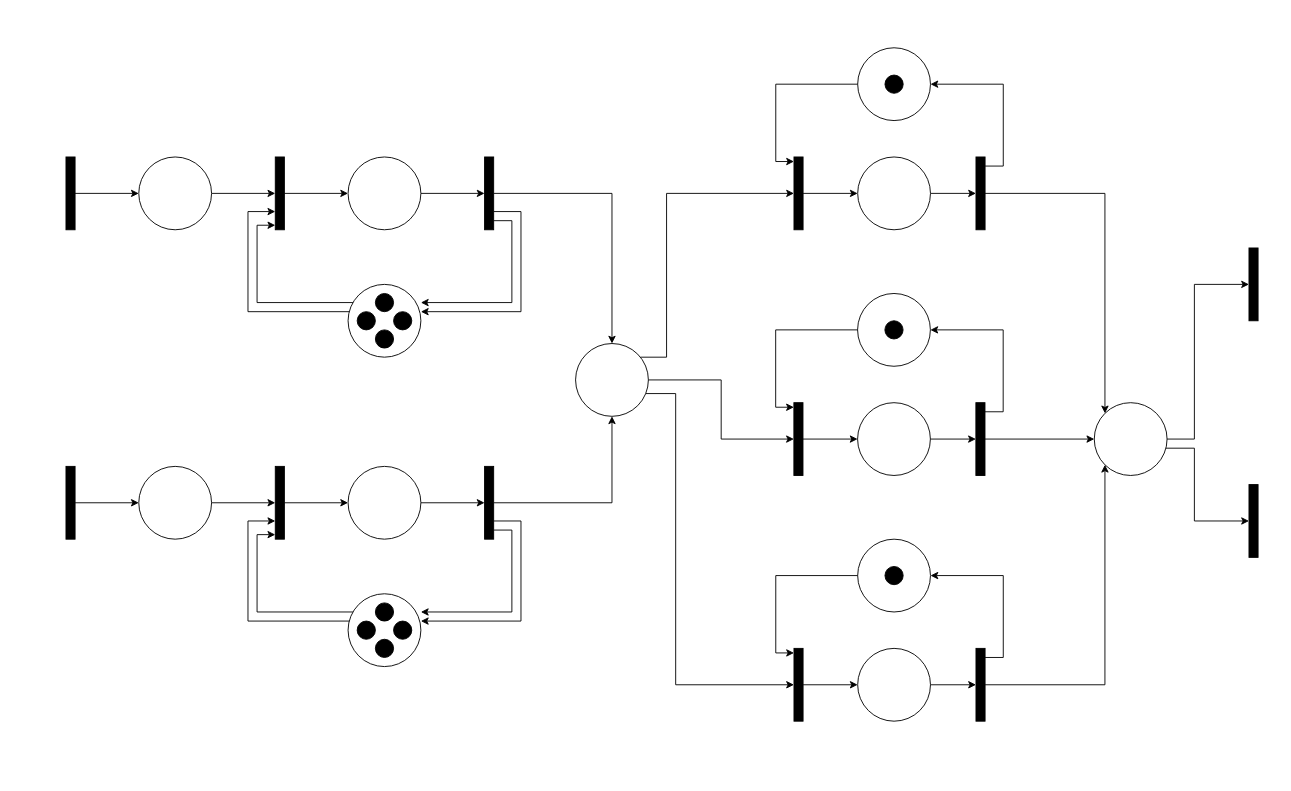
Earlier version of the draw.io diagram RP /Ejercicio_12.drawio (imnotsetro/IDS-1). Source tidied: cells renumbered, new cells numbered last; positions are measured from the earlier drawing's top-left corner, leaving out a move shared by most shapes. Both pictures are drawn from the tidied source at 91%, with x=0, y=0 at pixel (66, 47).
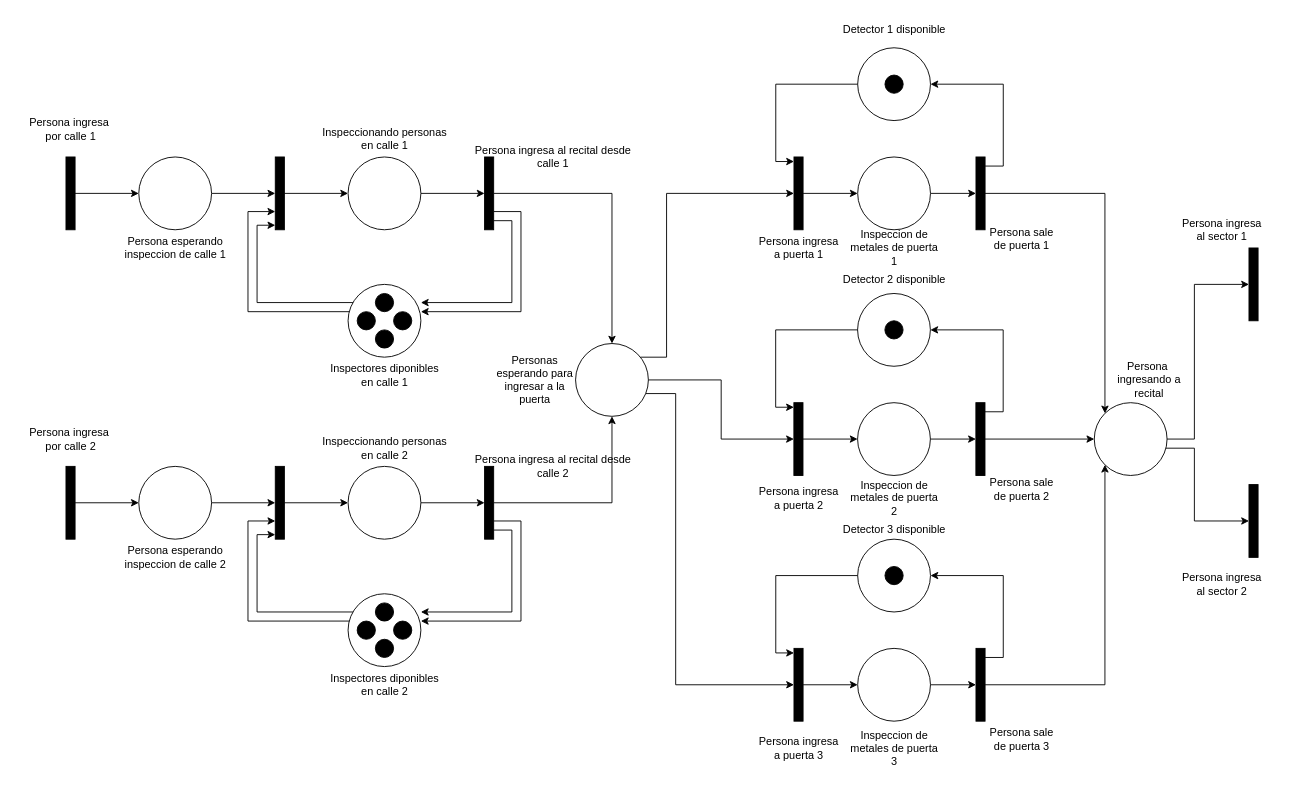
The same diagram, later.

Diff of the diagram source:
```diff
@@
+    <mxCell id="79" value="&lt;div&gt;Persona ingresa&amp;nbsp;&lt;/div&gt;&lt;div&gt;por calle 1&lt;br&gt;&lt;/div&gt;" style="text;html=1;align=center;verticalAlign=middle;strokeColor=none;fillColor=none;" parent="1" vertex="1">
+      <mxGeometry x="-55" y="70" width="120" height="40" as="geometry" />
+    </mxCell>
+    <mxCell id="80" value="&lt;div&gt;Persona esperando&lt;/div&gt;&lt;div&gt;inspeccion de calle 1&lt;br&gt;&lt;/div&gt;" style="text;html=1;align=center;verticalAlign=middle;strokeColor=none;fillColor=none;" parent="1" vertex="1">
+      <mxGeometry x="50" y="200" width="140" height="40" as="geometry" />
+    </mxCell>
+    <mxCell id="81" value="&lt;div&gt;Inspectores diponibles&lt;/div&gt;&lt;div&gt;en calle 1&lt;br&gt;&lt;/div&gt;" style="text;html=1;align=center;verticalAlign=middle;strokeColor=none;fillColor=none;" parent="1" vertex="1">
+      <mxGeometry x="275" y="340" width="150" height="40" as="geometry" />
+    </mxCell>
+    <mxCell id="82" value="&lt;div&gt;Inspeccionando personas&lt;/div&gt;&lt;div&gt;en calle 1&lt;br&gt;&lt;/div&gt;" style="text;html=1;align=center;verticalAlign=middle;strokeColor=none;fillColor=none;" parent="1" vertex="1">
+      <mxGeometry x="265" y="80" width="170" height="40" as="geometry" />
+    </mxCell>
+    <mxCell id="83" value="&lt;div&gt;Persona ingresa al recital desde&lt;/div&gt;&lt;div&gt;calle 1&lt;br&gt;&lt;/div&gt;" style="text;html=1;align=center;verticalAlign=middle;strokeColor=none;fillColor=none;" parent="1" vertex="1">
+      <mxGeometry x="435" y="100" width="200" height="40" as="geometry" />
+    </mxCell>
+    <mxCell id="84" value="&lt;div&gt;Persona ingresa&amp;nbsp;&lt;/div&gt;&lt;div&gt;por calle 2&lt;br&gt;&lt;/div&gt;" style="text;html=1;align=center;verticalAlign=middle;strokeColor=none;fillColor=none;" parent="1" vertex="1">
+      <mxGeometry x="-55" y="410" width="120" height="40" as="geometry" />
+    </mxCell>
+    <mxCell id="85" value="&lt;div&gt;Persona esperando&lt;/div&gt;&lt;div&gt;inspeccion de calle 2&lt;br&gt;&lt;/div&gt;" style="text;html=1;align=center;verticalAlign=middle;strokeColor=none;fillColor=none;" parent="1" vertex="1">
+      <mxGeometry x="50" y="540" width="140" height="40" as="geometry" />
+    </mxCell>
+    <mxCell id="86" value="&lt;div&gt;Inspectores diponibles&lt;/div&gt;&lt;div&gt;en calle 2&lt;br&gt;&lt;/div&gt;" style="text;html=1;align=center;verticalAlign=middle;strokeColor=none;fillColor=none;" parent="1" vertex="1">
+      <mxGeometry x="275" y="680" width="150" height="40" as="geometry" />
+    </mxCell>
+    <mxCell id="87" value="&lt;div&gt;Inspeccionando personas&lt;/div&gt;&lt;div&gt;en calle 2&lt;br&gt;&lt;/div&gt;" style="text;html=1;align=center;verticalAlign=middle;strokeColor=none;fillColor=none;" parent="1" vertex="1">
+      <mxGeometry x="265" y="420" width="170" height="40" as="geometry" />
+    </mxCell>
+    <mxCell id="88" value="&lt;div&gt;Persona ingresa al recital desde&lt;/div&gt;&lt;div&gt;calle 2&lt;br&gt;&lt;/div&gt;" style="text;html=1;align=center;verticalAlign=middle;strokeColor=none;fillColor=none;" parent="1" vertex="1">
+      <mxGeometry x="435" y="440" width="200" height="40" as="geometry" />
+    </mxCell>
+    <mxCell id="89" value="&lt;div&gt;Personas&lt;/div&gt;&lt;div&gt;esperando para&lt;/div&gt;&lt;div&gt;ingresar a la&lt;/div&gt;&lt;div&gt;puerta&lt;br&gt;&lt;/div&gt;" style="text;html=1;align=center;verticalAlign=middle;strokeColor=none;fillColor=none;" parent="1" vertex="1">
+      <mxGeometry x="460" y="330" width="110" height="70" as="geometry" />
+    </mxCell>
+    <mxCell id="90" value="&lt;div&gt;Persona ingresa&lt;/div&gt;&lt;div&gt;a puerta 1&lt;br&gt;&lt;/div&gt;" style="text;html=1;align=center;verticalAlign=middle;strokeColor=none;fillColor=none;" parent="1" vertex="1">
+      <mxGeometry x="744.9" y="200" width="120" height="40" as="geometry" />
+    </mxCell>
+    <mxCell id="91" value="&lt;div&gt;Inspeccion de&lt;/div&gt;&lt;div&gt;metales de puerta&lt;/div&gt;&lt;div&gt;1&lt;br&gt;&lt;/div&gt;" style="text;html=1;align=center;verticalAlign=middle;strokeColor=none;fillColor=none;" parent="1" vertex="1">
+      <mxGeometry x="850" y="190" width="120" height="60" as="geometry" />
+    </mxCell>
+    <mxCell id="92" value="&lt;div&gt;Persona sale&lt;/div&gt;&lt;div&gt;de puerta 1&lt;br&gt;&lt;/div&gt;" style="text;html=1;align=center;verticalAlign=middle;strokeColor=none;fillColor=none;" parent="1" vertex="1">
+      <mxGeometry x="999.9" y="190" width="100" height="40" as="geometry" />
+    </mxCell>
+    <mxCell id="93" value="Detector 1 disponible" style="text;html=1;align=center;verticalAlign=middle;strokeColor=none;fillColor=none;" parent="1" vertex="1">
+      <mxGeometry x="840" y="-35" width="140" height="30" as="geometry" />
+    </mxCell>
+    <mxCell id="94" value="&lt;div&gt;Persona ingresa&lt;/div&gt;&lt;div&gt;a puerta 2&lt;br&gt;&lt;/div&gt;" style="text;html=1;align=center;verticalAlign=middle;strokeColor=none;fillColor=none;" parent="1" vertex="1">
+      <mxGeometry x="744.9" y="475" width="120" height="40" as="geometry" />
+    </mxCell>
+    <mxCell id="95" value="&lt;div&gt;Inspeccion de&lt;/div&gt;&lt;div&gt;metales de puerta&lt;/div&gt;&lt;div&gt;2&lt;br&gt;&lt;/div&gt;" style="text;html=1;align=center;verticalAlign=middle;strokeColor=none;fillColor=none;" parent="1" vertex="1">
+      <mxGeometry x="850" y="465" width="120" height="60" as="geometry" />
+    </mxCell>
+    <mxCell id="96" value="&lt;div&gt;Persona sale&lt;/div&gt;&lt;div&gt;de puerta 2&lt;br&gt;&lt;/div&gt;" style="text;html=1;align=center;verticalAlign=middle;strokeColor=none;fillColor=none;" parent="1" vertex="1">
+      <mxGeometry x="999.9" y="465" width="100" height="40" as="geometry" />
+    </mxCell>
+    <mxCell id="97" value="Detector 2 disponible" style="text;html=1;align=center;verticalAlign=middle;strokeColor=none;fillColor=none;" parent="1" vertex="1">
+      <mxGeometry x="840" y="240" width="140" height="30" as="geometry" />
+    </mxCell>
+    <mxCell id="98" value="&lt;div&gt;Persona ingresa&lt;/div&gt;&lt;div&gt;a puerta 3&lt;br&gt;&lt;/div&gt;" style="text;html=1;align=center;verticalAlign=middle;strokeColor=none;fillColor=none;" parent="1" vertex="1">
+      <mxGeometry x="744.9" y="750" width="120" height="40" as="geometry" />
+    </mxCell>
+    <mxCell id="99" value="&lt;div&gt;Inspeccion de&lt;/div&gt;&lt;div&gt;metales de puerta&lt;/div&gt;&lt;div&gt;3&lt;br&gt;&lt;/div&gt;" style="text;html=1;align=center;verticalAlign=middle;strokeColor=none;fillColor=none;" parent="1" vertex="1">
+      <mxGeometry x="850" y="740" width="120" height="60" as="geometry" />
+    </mxCell>
+    <mxCell id="100" value="&lt;div&gt;Persona sale&lt;/div&gt;&lt;div&gt;de puerta 3&lt;br&gt;&lt;/div&gt;" style="text;html=1;align=center;verticalAlign=middle;strokeColor=none;fillColor=none;" parent="1" vertex="1">
+      <mxGeometry x="999.9" y="740" width="100" height="40" as="geometry" />
+    </mxCell>
+    <mxCell id="101" value="Detector 3 disponible" style="text;html=1;align=center;verticalAlign=middle;strokeColor=none;fillColor=none;" parent="1" vertex="1">
+      <mxGeometry x="840" y="515" width="140" height="30" as="geometry" />
+    </mxCell>
+    <mxCell id="102" value="&lt;div&gt;Persona&amp;nbsp;&lt;/div&gt;&lt;div&gt;ingresando a&lt;/div&gt;&lt;div&gt;recital&lt;br&gt;&lt;/div&gt;" style="text;html=1;align=center;verticalAlign=middle;strokeColor=none;fillColor=none;" parent="1" vertex="1">
+      <mxGeometry x="1140" y="335" width="100" height="60" as="geometry" />
+    </mxCell>
+    <mxCell id="103" value="&lt;div&gt;Persona ingresa&lt;/div&gt;&lt;div&gt;al sector 1&lt;br&gt;&lt;/div&gt;" style="text;html=1;align=center;verticalAlign=middle;strokeColor=none;fillColor=none;" parent="1" vertex="1">
+      <mxGeometry x="1210" y="180" width="120" height="40" as="geometry" />
+    </mxCell>
+    <mxCell id="104" value="&lt;div&gt;Persona ingresa&lt;/div&gt;&lt;div&gt;al sector 2&lt;br&gt;&lt;/div&gt;" style="text;html=1;align=center;verticalAlign=middle;strokeColor=none;fillColor=none;" parent="1" vertex="1">
+      <mxGeometry x="1210" y="570" width="120" height="40" as="geometry" />
+    </mxCell>
```
